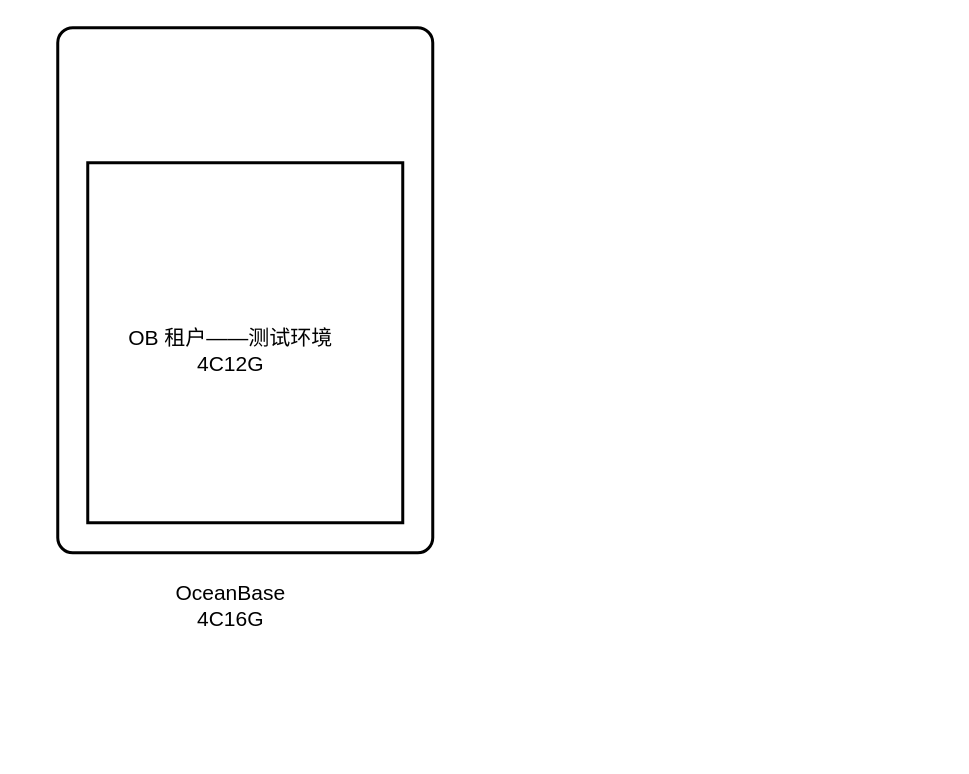
Earlier version of the draw.io diagram oceanbase/OB部署实例.drawio (WithoutCause/draw.io). Source tidied: cells renumbered, new cells numbered last; positions are measured from the earlier drawing's top-left corner, leaving out a move shared by most shapes. Both pictures are drawn from the tidied source at 150%, with x=0, y=0 at pixel (57, 27).
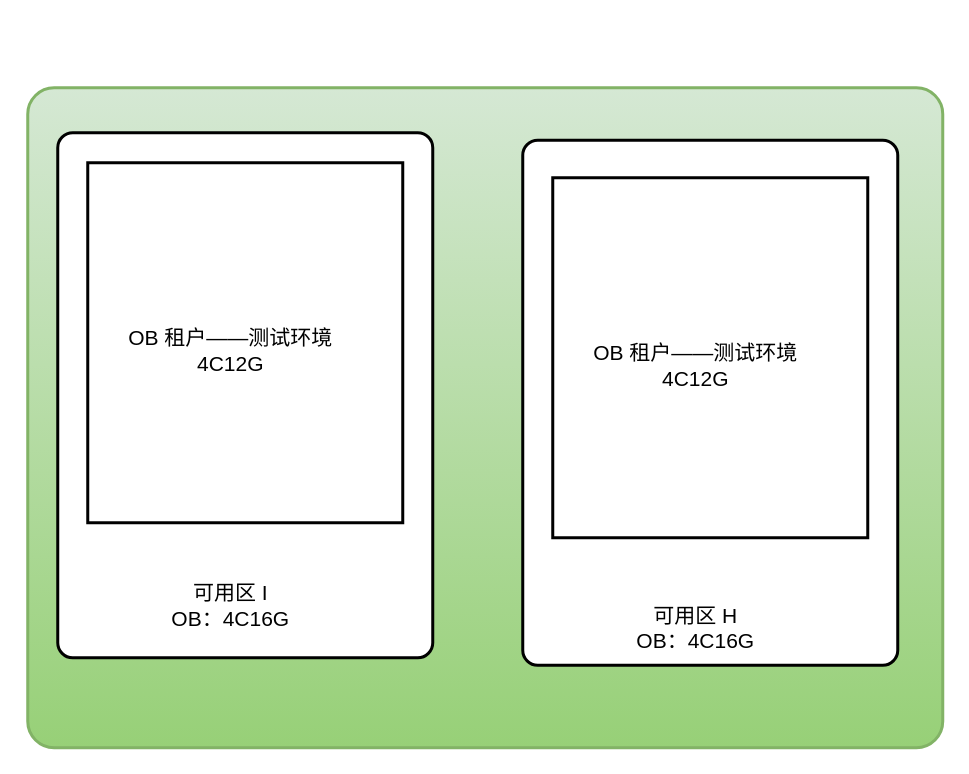
After the change.

Commit message (it also covers changes not shown here):
更新OB部署实例.drawio

What changed in the source:
```diff
@@
 <mxGraphModel>
   <root>
     <mxCell id="0" />
     <mxCell id="1" parent="0" />
+    <mxCell id="6" style="rounded=1;whiteSpace=wrap;html=1;strokeWidth=2;arcSize=4;fillColor=#d5e8d4;gradientColor=#97d077;strokeColor=#82b366;" parent="1" vertex="1">
+      <mxGeometry x="-20" y="40" width="610" height="440" as="geometry" />
+    </mxCell>
     <mxCell id="2" style="rounded=1;whiteSpace=wrap;html=1;strokeWidth=2;arcSize=4;" parent="1" vertex="1">
-      <mxGeometry width="250" height="350" as="geometry" />
+      <mxGeometry y="70" width="250" height="350" as="geometry" />
     </mxCell>
-    <mxCell id="3" value="OceanBase&lt;br&gt;4C16G" style="text;html=1;align=center;verticalAlign=middle;strokeColor=none;fillColor=none;fontSize=14;" parent="1" vertex="1">
+    <mxCell id="3" value="可用区 I&lt;br&gt;OB：4C16G" style="text;html=1;align=center;verticalAlign=middle;strokeColor=none;fillColor=none;fontSize=14;" parent="1" vertex="1">
       <mxGeometry x="65" y="360" width="100" height="50" as="geometry" />
     </mxCell>
     <mxCell id="4" style="rounded=0;whiteSpace=wrap;html=1;strokeWidth=2;" parent="1" vertex="1">
       <mxGeometry x="20" y="90" width="210" height="240" as="geometry" />
     </mxCell>
     <mxCell id="5" value="OB 租户——测试环境&lt;br&gt;4C12G" style="text;html=1;align=center;verticalAlign=middle;strokeColor=none;fillColor=none;fontSize=14;" parent="1" vertex="1">
       <mxGeometry x="35" y="190" width="160" height="50" as="geometry" />
     </mxCell>
+    <mxCell id="7" style="rounded=1;whiteSpace=wrap;html=1;strokeWidth=2;arcSize=4;" parent="1" vertex="1">
+      <mxGeometry x="310" y="75" width="250" height="350" as="geometry" />
+    </mxCell>
+    <mxCell id="8" value="可用区 H&lt;br&gt;OB：4C16G" style="text;html=1;align=center;verticalAlign=middle;strokeColor=none;fillColor=none;fontSize=14;" parent="1" vertex="1">
+      <mxGeometry x="375" y="375" width="100" height="50" as="geometry" />
+    </mxCell>
+    <mxCell id="9" style="rounded=0;whiteSpace=wrap;html=1;strokeWidth=2;" parent="1" vertex="1">
+      <mxGeometry x="330" y="100" width="210" height="240" as="geometry" />
+    </mxCell>
+    <mxCell id="10" value="OB 租户——测试环境&lt;br&gt;4C12G" style="text;html=1;align=center;verticalAlign=middle;strokeColor=none;fillColor=none;fontSize=14;" parent="1" vertex="1">
+      <mxGeometry x="345" y="200" width="160" height="50" as="geometry" />
+    </mxCell>
   </root>
 </mxGraphModel>
```
